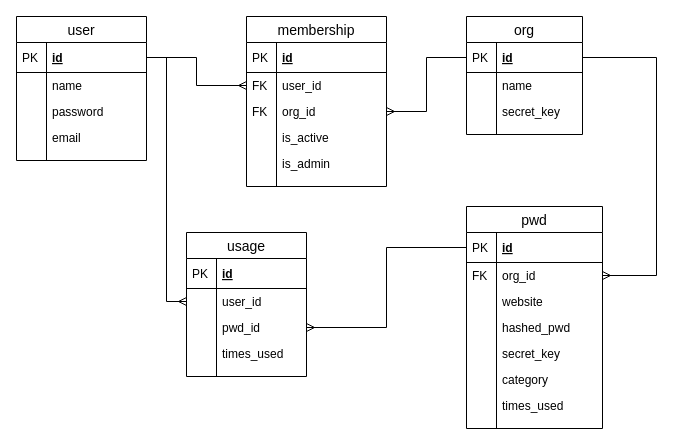
This is ERD.drawio from Team-MTJ/Lockr, a draw.io file, before an edit. Source tidied: cells renumbered, new cells numbered last; positions are measured from the earlier drawing's top-left corner, leaving out a move shared by most shapes. Both pictures are drawn from the tidied source at 100%, with x=0, y=0 at pixel (16, 16).
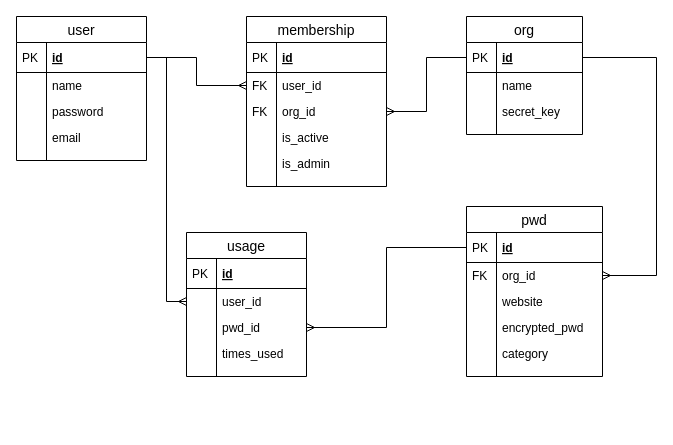
The same diagram, later.

The edit, as a diff of the source:
```diff
@@
     <mxCell id="40" value="pwd" style="swimlane;fontStyle=0;horizontal=1;startSize=26;align=center;fontSize=14;" parent="1" vertex="1">
-      <mxGeometry x="450" y="190" width="136" height="222" as="geometry" />
+      <mxGeometry x="450" y="190" width="136" height="170" as="geometry" />
     </mxCell>
@@
-    <mxCell id="47" value="hashed_pwd" style="shape=partialRectangle;top=0;left=0;right=0;bottom=0;align=left;verticalAlign=top;fillColor=none;spacingLeft=34;spacingRight=4;overflow=hidden;fontSize=12;" parent="40" vertex="1">
+    <mxCell id="47" value="encrypted_pwd" style="shape=partialRectangle;top=0;left=0;right=0;bottom=0;align=left;verticalAlign=top;fillColor=none;spacingLeft=34;spacingRight=4;overflow=hidden;fontSize=12;" parent="40" vertex="1">
       <mxGeometry y="108" width="136" height="26" as="geometry" />
     </mxCell>
@@
-    <mxCell id="49" value="secret_key" style="shape=partialRectangle;top=0;left=0;right=0;bottom=0;align=left;verticalAlign=top;fillColor=none;spacingLeft=34;spacingRight=4;overflow=hidden;fontSize=12;" parent="40" vertex="1">
-      <mxGeometry y="134" width="136" height="26" as="geometry" />
-    </mxCell>
-    <mxCell id="50" style="shape=partialRectangle;top=0;left=0;bottom=0;fillColor=none;align=left;verticalAlign=top;spacingLeft=4;spacingRight=4;overflow=hidden;fontSize=12;" parent="49" vertex="1">
-      <mxGeometry width="30" height="26" as="geometry" />
-    </mxCell>
     <mxCell id="51" value="category" style="shape=partialRectangle;top=0;left=0;right=0;bottom=0;align=left;verticalAlign=top;fillColor=none;spacingLeft=34;spacingRight=4;overflow=hidden;fontSize=12;" parent="40" vertex="1">
-      <mxGeometry y="160" width="136" height="26" as="geometry" />
+      <mxGeometry y="134" width="136" height="26" as="geometry" />
     </mxCell>
@@
-    <mxCell id="53" value="times_used" style="shape=partialRectangle;top=0;left=0;right=0;bottom=0;align=left;verticalAlign=top;fillColor=none;spacingLeft=34;spacingRight=4;overflow=hidden;fontSize=12;" parent="40" vertex="1">
-      <mxGeometry y="186" width="136" height="26" as="geometry" />
-    </mxCell>
-    <mxCell id="54" style="shape=partialRectangle;top=0;left=0;bottom=0;fillColor=none;align=left;verticalAlign=top;spacingLeft=4;spacingRight=4;overflow=hidden;fontSize=12;" parent="53" vertex="1">
-      <mxGeometry width="30" height="26" as="geometry" />
-    </mxCell>
     <mxCell id="55" style="shape=partialRectangle;top=0;left=0;right=0;bottom=0;align=left;verticalAlign=top;fillColor=none;spacingLeft=34;spacingRight=4;overflow=hidden;fontSize=12;" parent="40" vertex="1">
-      <mxGeometry y="212" width="136" height="10" as="geometry" />
+      <mxGeometry y="160" width="136" height="10" as="geometry" />
     </mxCell>
```
